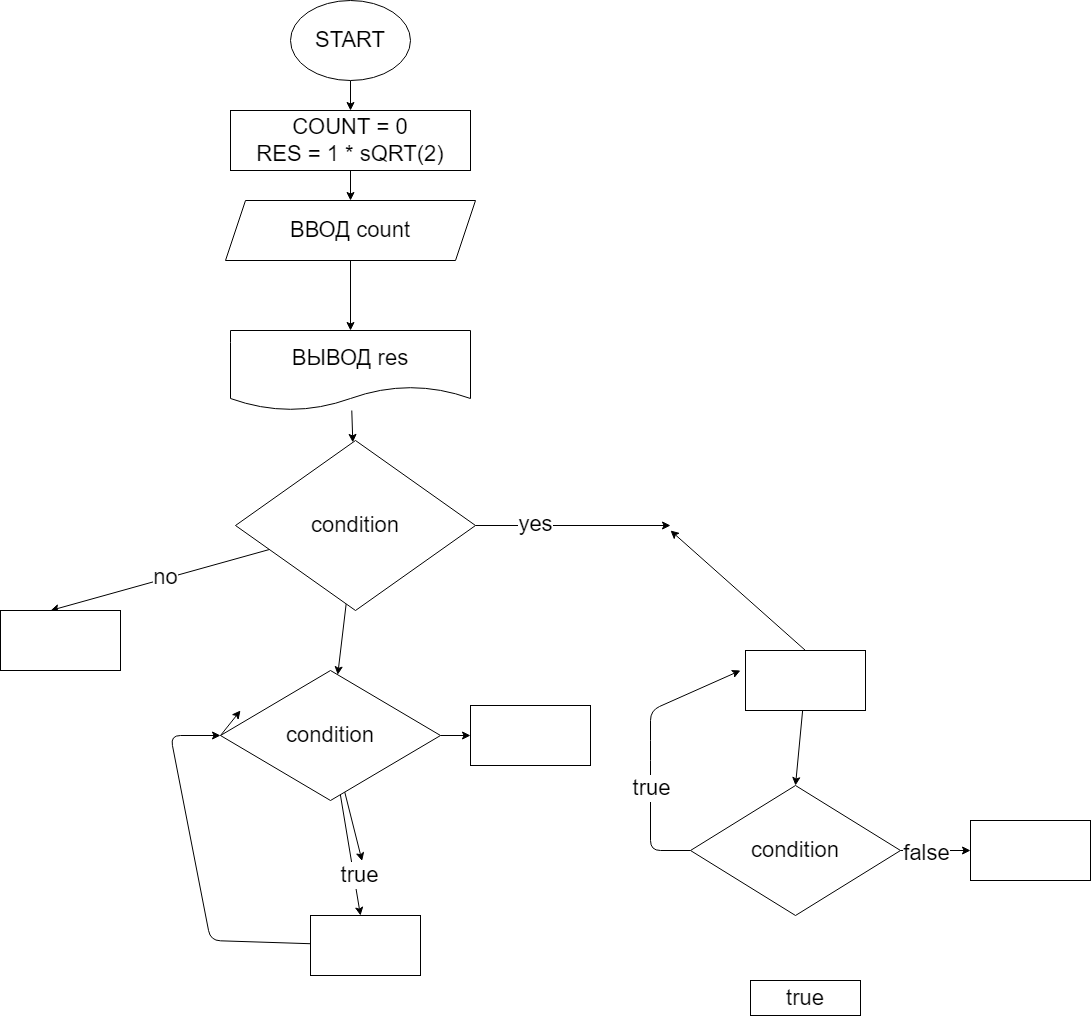
This is ex000.drawio.png from EvgeniyGagen/practice_temp, a draw.io export, as it was before one commit. Source tidied: cells renumbered, new cells last; positions are measured from the earlier drawing's top-left corner, leaving out a move shared by most shapes.
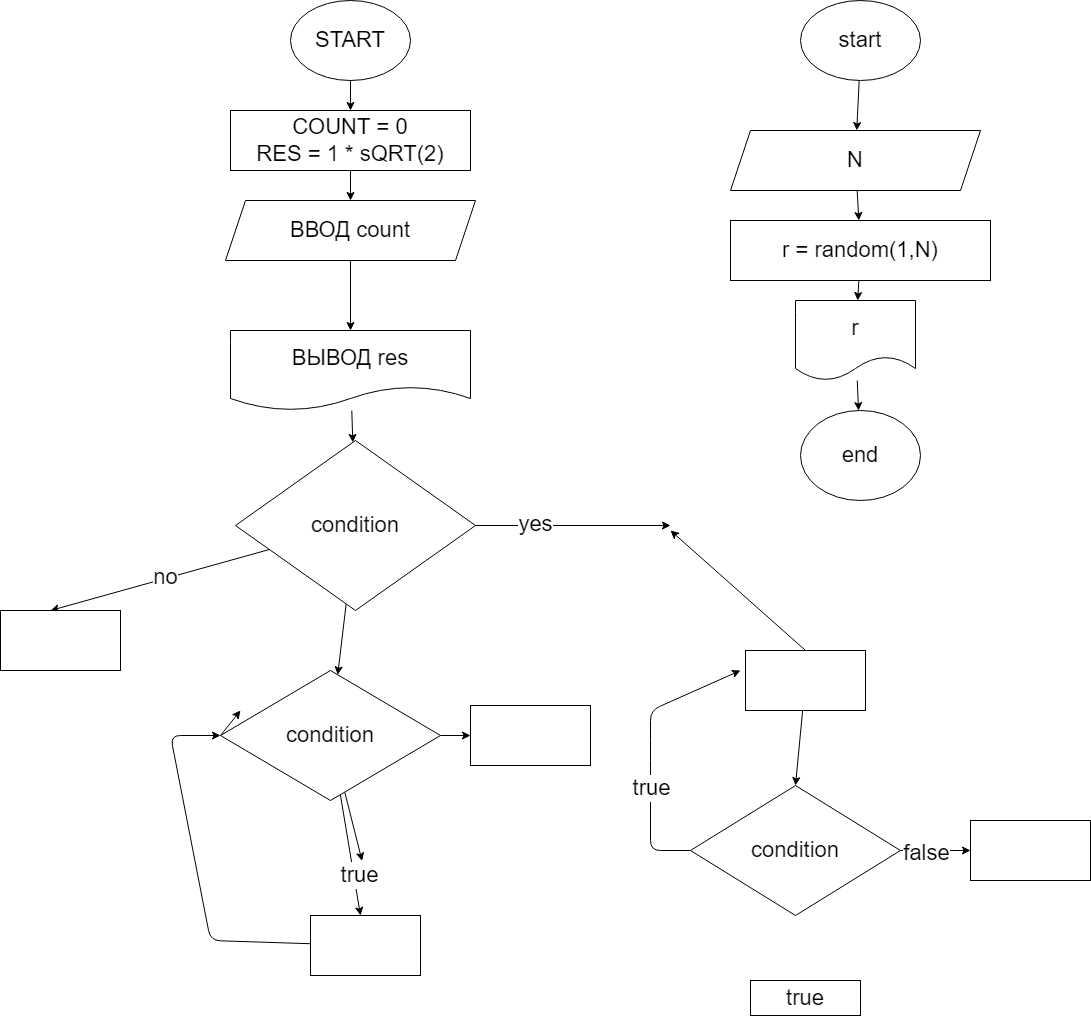
Above is the later version.

Diff of the diagram source:
```diff
@@ -124,5 +124,32 @@
     <mxCell id="35" style="whiteSpace=wrap;html=1;fontSize=22;" parent="1" vertex="1">
       <mxGeometry x="970" y="820" width="120" height="60" as="geometry" />
     </mxCell>
+    <mxCell id="36" style="edgeStyle=none;html=1;" parent="1" edge="1" source="37" target="39">
+      <mxGeometry relative="1" as="geometry" />
+    </mxCell>
+    <mxCell id="37" value="start" style="ellipse;whiteSpace=wrap;html=1;fontSize=22;" parent="1" vertex="1">
+      <mxGeometry x="800" width="120" height="80" as="geometry" />
+    </mxCell>
+    <mxCell id="38" style="edgeStyle=none;html=1;" parent="1" edge="1" source="39" target="41">
+      <mxGeometry relative="1" as="geometry" />
+    </mxCell>
+    <mxCell id="39" value="N" style="shape=parallelogram;perimeter=parallelogramPerimeter;whiteSpace=wrap;html=1;fixedSize=1;fontSize=22;size=20;" parent="1" vertex="1">
+      <mxGeometry x="730" y="130" width="250" height="60" as="geometry" />
+    </mxCell>
+    <mxCell id="40" style="edgeStyle=none;html=1;" parent="1" edge="1" source="41" target="43">
+      <mxGeometry relative="1" as="geometry" />
+    </mxCell>
+    <mxCell id="41" value="r = random(1,N)" style="whiteSpace=wrap;html=1;fontSize=22;" parent="1" vertex="1">
+      <mxGeometry x="730" y="220" width="260" height="60" as="geometry" />
+    </mxCell>
+    <mxCell id="42" style="edgeStyle=none;html=1;" parent="1" edge="1" source="43" target="44">
+      <mxGeometry relative="1" as="geometry" />
+    </mxCell>
+    <mxCell id="43" value="r" style="shape=document;whiteSpace=wrap;html=1;boundedLbl=1;fontSize=22;" parent="1" vertex="1">
+      <mxGeometry x="795" y="300" width="120" height="80" as="geometry" />
+    </mxCell>
+    <mxCell id="44" value="end" style="ellipse;whiteSpace=wrap;html=1;fontSize=22;" parent="1" vertex="1">
+      <mxGeometry x="800" y="410" width="120" height="90" as="geometry" />
+    </mxCell>
   </root>
 </mxGraphModel>
```
